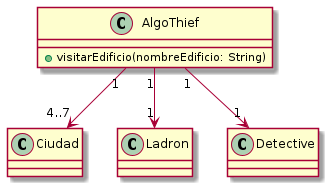
The PlantUML diagram diagrams/classes/clase_algothief.png in MegaRedHand/algo-thief, before a commit.
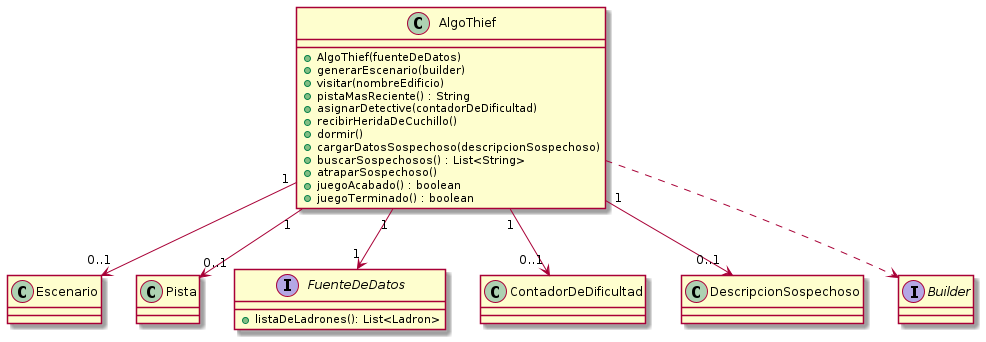
Above is the later version.

The edit, as a diff of the source:
```diff
@@ -1,12 +1,30 @@
 @startuml
 
 class AlgoThief {
-    + visitarEdificio(nombreEdificio: String)
+    + AlgoThief(fuenteDeDatos)
+    + generarEscenario(builder)
+    + visitar(nombreEdificio)
+    + pistaMasReciente() : String
+    + asignarDetective(contadorDeDificultad)
+    + recibirHeridaDeCuchillo()
+    + dormir()
+    + cargarDatosSospechoso(descripcionSospechoso)
+    + buscarSospechosos() : List<String>
+    + atraparSospechoso()
+    + juegoAcabado() : boolean
+    + juegoTerminado() : boolean
 }
 
+AlgoThief "1" --> "0..1" Escenario
+AlgoThief "1" --> "0..1" Pista
+AlgoThief "1" --> "1" FuenteDeDatos
+AlgoThief "1" --> "0..1" ContadorDeDificultad
+AlgoThief "1" --> "0..1" DescripcionSospechoso
+AlgoThief ..> Builder
 
-AlgoThief "1" --> "4..7" Ciudad
-AlgoThief "1" --> "1" Ladron
-AlgoThief "1" --> "1" Detective
+interface Builder
+interface FuenteDeDatos {
+    + listaDeLadrones(): List<Ladron>
+}
 
 @enduml
```
